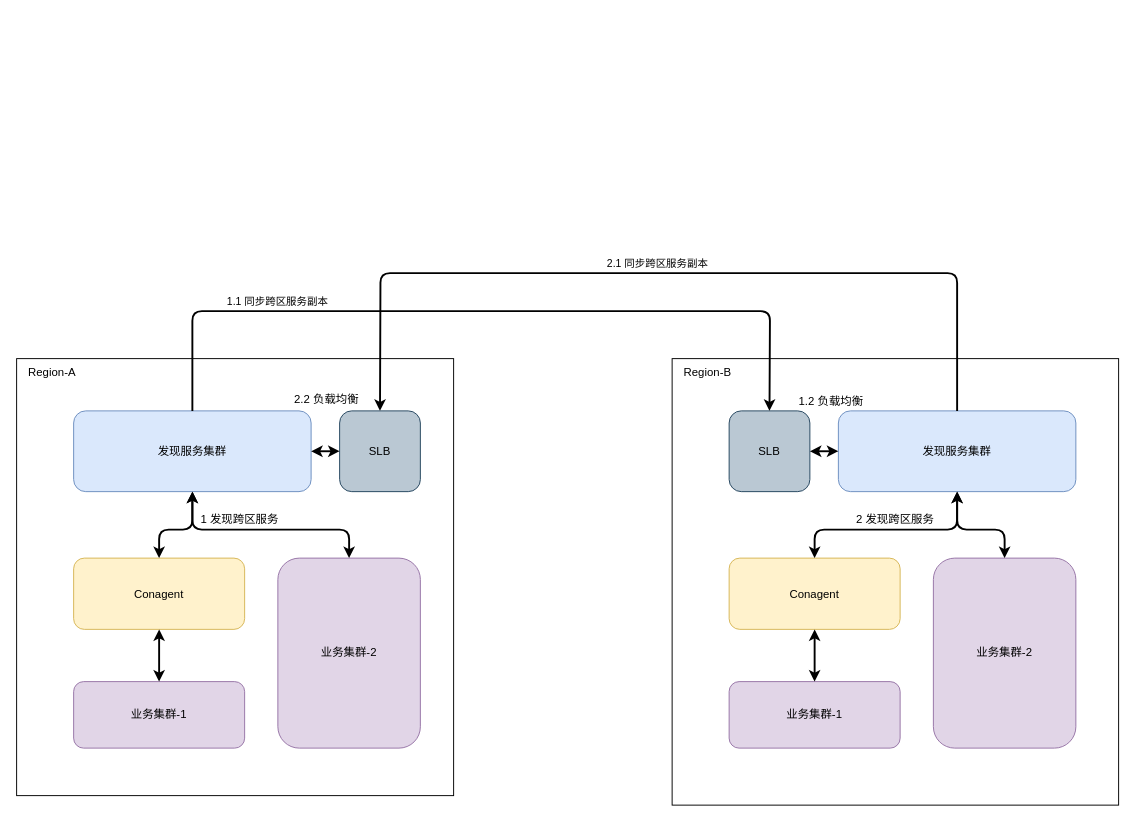
Before: 同步跨区服务.drawio in Gred01/study, a draw.io diagram. Source tidied: cells renumbered, new cells numbered last; positions are measured from the earlier drawing's top-left corner, leaving out a move shared by most shapes. Both pictures are drawn from the tidied source at 95%, with x=0, y=0 at pixel (16, 254).
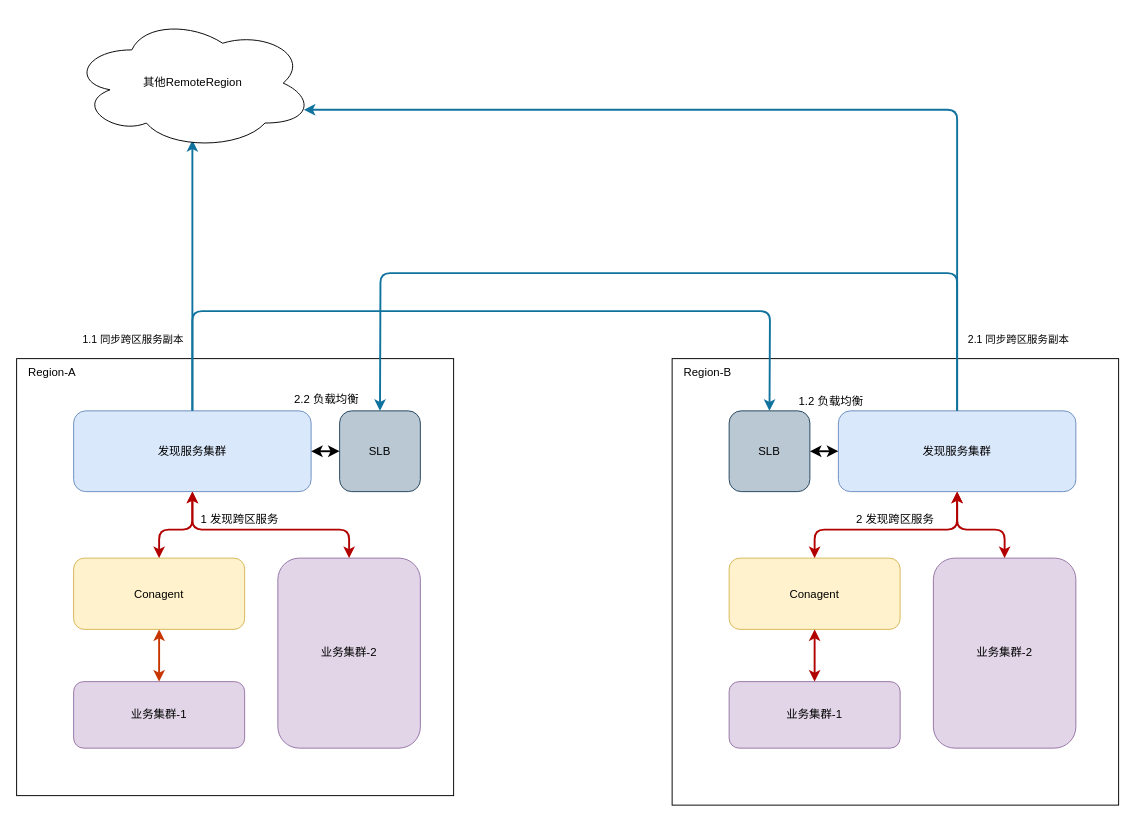
The same page after the edit.

Commit message (it also covers changes not shown here):
Update 同步跨区服务.drawio

The change refers to these unchanged cells:
```xml
<mxCell id="3" value="发现服务集群" style="rounded=1;whiteSpace=wrap;html=1;fillColor=#dae8fc;strokeColor=#6c8ebf;" parent="1" vertex="1">
  <mxGeometry x="60" y="165" width="250" height="85" as="geometry" />
</mxCell>
<mxCell id="4" value="Conagent" style="rounded=1;whiteSpace=wrap;html=1;fillColor=#fff2cc;strokeColor=#d6b656;" parent="1" vertex="1">
  <mxGeometry x="60" y="320" width="180" height="75" as="geometry" />
</mxCell>
<mxCell id="5" value="业务集群-1" style="rounded=1;whiteSpace=wrap;html=1;fillColor=#e1d5e7;strokeColor=#9673a6;" parent="1" vertex="1">
  <mxGeometry x="60" y="450" width="180" height="70" as="geometry" />
</mxCell>
<mxCell id="6" value="&lt;span&gt;业务集群-2&lt;/span&gt;" style="rounded=1;whiteSpace=wrap;html=1;fillColor=#e1d5e7;strokeColor=#9673a6;" parent="1" vertex="1">
  <mxGeometry x="275" y="320" width="150" height="200" as="geometry" />
</mxCell>
<mxCell id="8" value="SLB" style="rounded=1;whiteSpace=wrap;html=1;fillColor=#bac8d3;strokeColor=#23445d;" parent="1" vertex="1">
  <mxGeometry x="340" y="165" width="85" height="85" as="geometry" />
</mxCell>
<mxCell id="13" value="发现服务集群" style="rounded=1;whiteSpace=wrap;html=1;fillColor=#dae8fc;strokeColor=#6c8ebf;" parent="1" vertex="1">
  <mxGeometry x="865" y="165" width="250" height="85" as="geometry" />
</mxCell>
<mxCell id="14" value="Conagent" style="rounded=1;whiteSpace=wrap;html=1;fillColor=#fff2cc;strokeColor=#d6b656;" parent="1" vertex="1">
  <mxGeometry x="750" y="320" width="180" height="75" as="geometry" />
</mxCell>
<mxCell id="15" value="业务集群-1" style="rounded=1;whiteSpace=wrap;html=1;fillColor=#e1d5e7;strokeColor=#9673a6;" parent="1" vertex="1">
  <mxGeometry x="750" y="450" width="180" height="70" as="geometry" />
</mxCell>
<mxCell id="16" value="&lt;span&gt;业务集群-2&lt;/span&gt;" style="rounded=1;whiteSpace=wrap;html=1;fillColor=#e1d5e7;strokeColor=#9673a6;" parent="1" vertex="1">
  <mxGeometry x="965" y="320" width="150" height="200" as="geometry" />
</mxCell>
<mxCell id="18" value="SLB" style="rounded=1;whiteSpace=wrap;html=1;fillColor=#bac8d3;strokeColor=#23445d;" parent="1" vertex="1">
  <mxGeometry x="750" y="165" width="85" height="85" as="geometry" />
</mxCell>
```

Change to the diagram source:
```diff
@@
-    <mxCell id="9" style="endArrow=classic;startArrow=classic;html=1;exitX=0.5;exitY=0;exitDx=0;exitDy=0;entryX=0.5;entryY=1;entryDx=0;entryDy=0;strokeWidth=2;" parent="1" edge="1" source="4" target="3">
+    <mxCell id="9" style="endArrow=classic;startArrow=classic;html=1;exitX=0.5;exitY=0;exitDx=0;exitDy=0;entryX=0.5;entryY=1;entryDx=0;entryDy=0;strokeWidth=2;fillColor=#e51400;strokeColor=#B20000;" parent="1" edge="1" source="4" target="3">
       <mxGeometry relative="1" as="geometry">
         <Array as="points">
           <mxPoint x="150" y="290" />
           <mxPoint x="185" y="290" />
         </Array>
       </mxGeometry>
     </mxCell>
-    <mxCell id="10" style="endArrow=classic;startArrow=classic;html=1;entryX=0.5;entryY=0;entryDx=0;entryDy=0;exitX=0.5;exitY=1;exitDx=0;exitDy=0;strokeWidth=2;" parent="1" edge="1" source="3" target="6">
+    <mxCell id="10" style="endArrow=classic;startArrow=classic;html=1;entryX=0.5;entryY=0;entryDx=0;entryDy=0;exitX=0.5;exitY=1;exitDx=0;exitDy=0;strokeWidth=2;fillColor=#e51400;strokeColor=#B20000;" parent="1" edge="1" source="3" target="6">
       <mxGeometry relative="1" as="geometry">
         <Array as="points">
           <mxPoint x="185" y="290" />
           <mxPoint x="350" y="290" />
         </Array>
       </mxGeometry>
     </mxCell>
@@
-    <mxCell id="19" style="endArrow=classic;startArrow=classic;html=1;exitX=0.5;exitY=0;exitDx=0;exitDy=0;entryX=0.5;entryY=1;entryDx=0;entryDy=0;strokeWidth=2;" parent="1" edge="1" source="14" target="13">
+    <mxCell id="19" style="endArrow=classic;startArrow=classic;html=1;exitX=0.5;exitY=0;exitDx=0;exitDy=0;entryX=0.5;entryY=1;entryDx=0;entryDy=0;strokeWidth=2;fillColor=#e51400;strokeColor=#B20000;" parent="1" edge="1" source="14" target="13">
       <mxGeometry relative="1" as="geometry">
         <Array as="points">
           <mxPoint x="840" y="290" />
           <mxPoint x="990" y="290" />
         </Array>
       </mxGeometry>
     </mxCell>
-    <mxCell id="20" style="endArrow=classic;startArrow=classic;html=1;entryX=0.5;entryY=0;entryDx=0;entryDy=0;exitX=0.5;exitY=1;exitDx=0;exitDy=0;strokeWidth=2;" parent="1" edge="1" source="13" target="16">
+    <mxCell id="20" style="endArrow=classic;startArrow=classic;html=1;entryX=0.5;entryY=0;entryDx=0;entryDy=0;exitX=0.5;exitY=1;exitDx=0;exitDy=0;strokeWidth=2;fillColor=#e51400;strokeColor=#B20000;" parent="1" edge="1" source="13" target="16">
       <mxGeometry relative="1" as="geometry">
         <Array as="points">
           <mxPoint x="990" y="290" />
           <mxPoint x="1040" y="290" />
         </Array>
       </mxGeometry>
     </mxCell>
-    <mxCell id="21" style="endArrow=classic;startArrow=none;html=1;strokeWidth=2;exitX=0.5;exitY=0;exitDx=0;exitDy=0;entryX=0.5;entryY=0;entryDx=0;entryDy=0;startFill=0;" parent="1" edge="1" source="3" target="18">
+    <mxCell id="21" style="endArrow=classic;startArrow=none;html=1;strokeWidth=2;exitX=0.5;exitY=0;exitDx=0;exitDy=0;entryX=0.5;entryY=0;entryDx=0;entryDy=0;startFill=0;fillColor=#b1ddf0;strokeColor=#10739e;" parent="1" edge="1" source="3" target="18">
       <mxGeometry relative="1" as="geometry">
         <Array as="points">
           <mxPoint x="185" y="60" />
           <mxPoint x="793" y="60" />
         </Array>
       </mxGeometry>
     </mxCell>
-    <mxCell id="22" style="endArrow=classic;startArrow=none;html=1;strokeWidth=2;exitX=0.5;exitY=0;exitDx=0;exitDy=0;entryX=0.5;entryY=0;entryDx=0;entryDy=0;startFill=0;" parent="1" edge="1" source="13" target="8">
+    <mxCell id="22" style="endArrow=classic;startArrow=none;html=1;strokeWidth=2;exitX=0.5;exitY=0;exitDx=0;exitDy=0;entryX=0.5;entryY=0;entryDx=0;entryDy=0;startFill=0;fillColor=#b1ddf0;strokeColor=#10739e;" parent="1" edge="1" source="13" target="8">
       <mxGeometry relative="1" as="geometry">
         <Array as="points">
           <mxPoint x="990" y="20" />
           <mxPoint x="383" y="20" />
         </Array>
       </mxGeometry>
     </mxCell>
@@
     <mxCell id="25" value="&lt;span style=&quot;font-size: 11px ; background-color: rgb(255 , 255 , 255)&quot;&gt;1.1 同步跨区服务副本&lt;/span&gt;" style="text;html=1;strokeColor=none;fillColor=none;align=center;verticalAlign=middle;whiteSpace=wrap;rounded=0;" parent="1" vertex="1">
-      <mxGeometry x="210" y="40" width="130" height="20" as="geometry" />
+      <mxGeometry x="57.5" y="80" width="130" height="20" as="geometry" />
     </mxCell>
     <mxCell id="26" value="&lt;span style=&quot;font-size: 11px ; background-color: rgb(255 , 255 , 255)&quot;&gt;2.1 同步跨区服务副本&lt;/span&gt;" style="text;html=1;strokeColor=none;fillColor=none;align=center;verticalAlign=middle;whiteSpace=wrap;rounded=0;" parent="1" vertex="1">
-      <mxGeometry x="610" width="130" height="20" as="geometry" />
+      <mxGeometry x="990" y="80" width="130" height="20" as="geometry" />
     </mxCell>
@@
-    <mxCell id="30" style="endArrow=classic;startArrow=classic;html=1;strokeWidth=2;entryX=0.5;entryY=1;entryDx=0;entryDy=0;" parent="1" edge="1" source="5" target="4">
+    <mxCell id="30" style="endArrow=classic;startArrow=classic;html=1;strokeWidth=2;entryX=0.5;entryY=1;entryDx=0;entryDy=0;fillColor=#fa6800;strokeColor=#C73500;" parent="1" edge="1" source="5" target="4">
       <mxGeometry relative="1" as="geometry" />
     </mxCell>
-    <mxCell id="31" style="endArrow=classic;startArrow=classic;html=1;strokeWidth=2;entryX=0.5;entryY=1;entryDx=0;entryDy=0;" parent="1" edge="1" source="15" target="14">
+    <mxCell id="31" style="endArrow=classic;startArrow=classic;html=1;strokeWidth=2;entryX=0.5;entryY=1;entryDx=0;entryDy=0;fillColor=#e51400;strokeColor=#B20000;" parent="1" edge="1" source="15" target="14">
       <mxGeometry relative="1" as="geometry" />
     </mxCell>
+    <mxCell id="32" style="endArrow=classic;html=1;strokeWidth=2;exitX=0.5;exitY=0;exitDx=0;exitDy=0;fillColor=#b1ddf0;strokeColor=#10739e;" parent="1" edge="1" source="3">
+      <mxGeometry relative="1" as="geometry">
+        <mxPoint x="185" y="-120" as="targetPoint" />
+      </mxGeometry>
+    </mxCell>
+    <mxCell id="33" value="其他RemoteRegion" style="ellipse;shape=cloud;whiteSpace=wrap;html=1;" parent="1" vertex="1">
+      <mxGeometry x="57.5" y="-250" width="255" height="140" as="geometry" />
+    </mxCell>
+    <mxCell id="34" style="endArrow=classic;html=1;strokeWidth=2;exitX=0.5;exitY=0;exitDx=0;exitDy=0;entryX=0.96;entryY=0.7;entryDx=0;entryDy=0;entryPerimeter=0;fillColor=#b1ddf0;strokeColor=#10739e;" parent="1" edge="1" source="13" target="33">
+      <mxGeometry relative="1" as="geometry">
+        <Array as="points">
+          <mxPoint x="990" y="-152" />
+        </Array>
+      </mxGeometry>
+    </mxCell>
```
